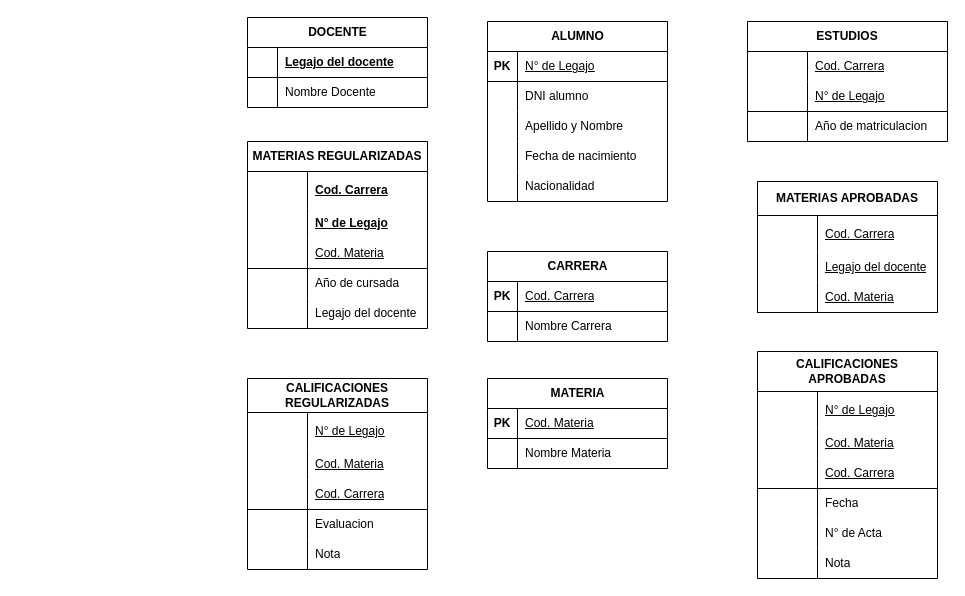
Ailenmarina/Grupo11 keeps this draw.io diagram as page "DER" (3 of 3) of Grupo11_Parcial1.drawio. Above is the earlier version. Source tidied: cells renumbered, new cells numbered last; positions are measured from the earlier drawing's top-left corner, leaving out a move shared by most shapes. Both pictures are drawn from the tidied source at 100%, with x=0, y=0 at pixel (17, 17).
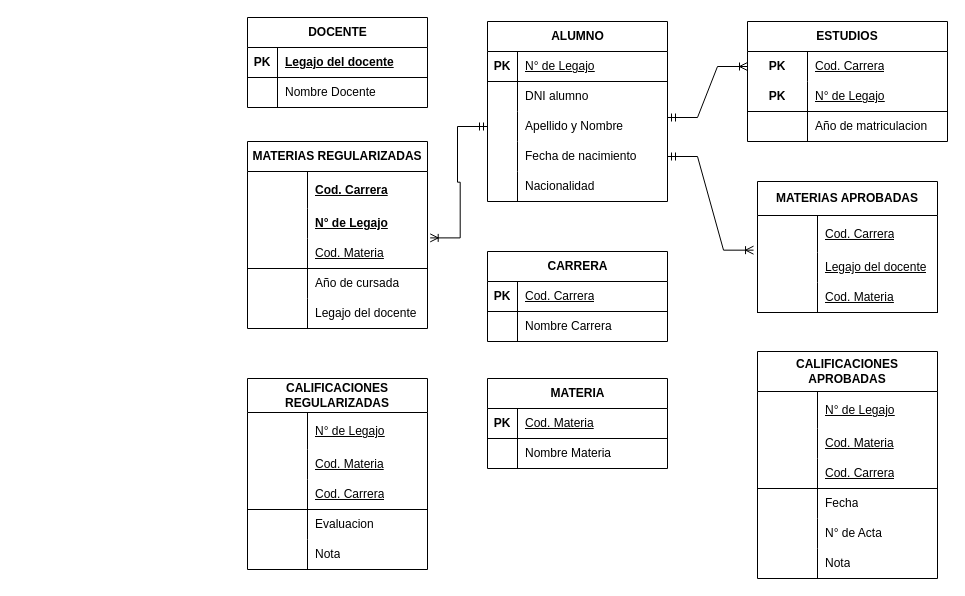
After the change.

Unchanged cells that the change refers to:
```xml
<mxCell id="3" style="shape=tableRow;horizontal=0;startSize=0;swimlaneHead=0;swimlaneBody=0;fillColor=none;top=0;left=0;right=0;bottom=1;" parent="2" vertex="1">
  <mxGeometry y="30" width="180" height="30" as="geometry" />
</mxCell>
<mxCell id="18" style="shape=tableRow;horizontal=0;startSize=0;swimlaneHead=0;swimlaneBody=0;fillColor=none;points=[[0,0.5],[1,0.5]];portConstraint=eastwest;top=0;left=0;right=0;bottom=1;html=1;" parent="11" vertex="1">
  <mxGeometry y="97" width="180" height="30" as="geometry" />
</mxCell>
<mxCell id="63" style="shape=tableRow;horizontal=0;startSize=0;swimlaneHead=0;swimlaneBody=0;fillColor=none;points=[[0,0.5],[1,0.5]];portConstraint=eastwest;top=0;left=0;right=0;bottom=0;html=1;" parent="62" vertex="1">
  <mxGeometry y="34" width="180" height="37" as="geometry" />
</mxCell>
<mxCell id="73" style="shape=tableRow;horizontal=0;startSize=0;swimlaneHead=0;swimlaneBody=0;fillColor=none;points=[[0,0.5],[1,0.5]];portConstraint=eastwest;top=0;left=0;right=0;bottom=0;html=1;" parent="72" vertex="1">
  <mxGeometry y="30" width="200" height="30" as="geometry" />
</mxCell>
<mxCell id="76" style="shape=tableRow;horizontal=0;startSize=0;swimlaneHead=0;swimlaneBody=0;fillColor=none;top=0;left=0;right=0;bottom=1;html=1;" parent="72" vertex="1">
  <mxGeometry y="60" width="200" height="30" as="geometry" />
</mxCell>
<mxCell id="89" style="shape=tableRow;horizontal=0;startSize=0;swimlaneHead=0;swimlaneBody=0;fillColor=none;points=[[0,0.5],[1,0.5]];portConstraint=eastwest;top=0;left=0;right=0;bottom=0;" parent="82" vertex="1">
  <mxGeometry y="90" width="180" height="30" as="geometry" />
</mxCell>
<mxCell id="92" style="shape=tableRow;horizontal=0;startSize=0;swimlaneHead=0;swimlaneBody=0;fillColor=none;points=[[0,0.5],[1,0.5]];portConstraint=eastwest;top=0;left=0;right=0;bottom=0;" parent="82" vertex="1">
  <mxGeometry y="120" width="180" height="30" as="geometry" />
</mxCell>
```

The edit, as a diff of the source:
```diff
@@
-    <mxCell id="4" style="shape=partialRectangle;fillColor=none;top=0;left=0;bottom=0;right=0;fontStyle=1;overflow=hidden;whiteSpace=wrap;html=1;" parent="3" vertex="1">
+    <mxCell id="4" value="PK" style="shape=partialRectangle;fillColor=none;top=0;left=0;bottom=0;right=0;fontStyle=1;overflow=hidden;whiteSpace=wrap;html=1;" parent="3" vertex="1">
       <mxGeometry width="30" height="30" as="geometry" />
     </mxCell>
@@
-    <mxCell id="74" style="shape=partialRectangle;fillColor=none;top=0;left=0;bottom=0;right=0;fontStyle=1;overflow=hidden;html=1;whiteSpace=wrap;" parent="73" vertex="1">
+    <mxCell id="74" value="PK" style="shape=partialRectangle;fillColor=none;top=0;left=0;bottom=0;right=0;fontStyle=1;overflow=hidden;html=1;whiteSpace=wrap;" parent="73" vertex="1">
       <mxGeometry width="60" height="30" as="geometry" />
     </mxCell>
@@
-    <mxCell id="77" style="shape=partialRectangle;fillColor=none;top=0;left=0;bottom=0;right=0;fontStyle=1;overflow=hidden;html=1;whiteSpace=wrap;" parent="76" vertex="1">
+    <mxCell id="77" value="PK" style="shape=partialRectangle;fillColor=none;top=0;left=0;bottom=0;right=0;fontStyle=1;overflow=hidden;html=1;whiteSpace=wrap;" parent="76" vertex="1">
       <mxGeometry width="60" height="30" as="geometry" />
     </mxCell>
@@
+    <mxCell id="112" style="edgeStyle=entityRelationEdgeStyle;fontSize=12;html=1;endArrow=ERoneToMany;startArrow=ERmandOne;rounded=0;entryX=0;entryY=0.5;entryDx=0;entryDy=0;" parent="1" edge="1" target="73">
+      <mxGeometry relative="1" as="geometry">
+        <mxPoint x="650" y="100" as="sourcePoint" />
+        <Array as="points">
+          <mxPoint x="620" y="-20" />
+        </Array>
+      </mxGeometry>
+    </mxCell>
+    <mxCell id="113" style="edgeStyle=entityRelationEdgeStyle;fontSize=12;html=1;endArrow=ERoneToMany;startArrow=ERmandOne;rounded=0;entryX=1.015;entryY=-0.02;entryDx=0;entryDy=0;entryPerimeter=0;exitX=0;exitY=0.5;exitDx=0;exitDy=0;" parent="1" edge="1" source="89" target="18">
+      <mxGeometry relative="1" as="geometry">
+        <Array as="points">
+          <mxPoint x="380" y="44" />
+          <mxPoint x="430" y="214" />
+        </Array>
+      </mxGeometry>
+    </mxCell>
+    <mxCell id="114" style="edgeStyle=entityRelationEdgeStyle;fontSize=12;html=1;endArrow=ERoneToMany;startArrow=ERmandOne;rounded=0;entryX=-0.022;entryY=0.937;entryDx=0;entryDy=0;exitX=1;exitY=0.5;exitDx=0;exitDy=0;entryPerimeter=0;" parent="1" edge="1" source="92" target="63">
+      <mxGeometry relative="1" as="geometry">
+        <Array as="points">
+          <mxPoint x="680" y="104" />
+        </Array>
+      </mxGeometry>
+    </mxCell>
```
